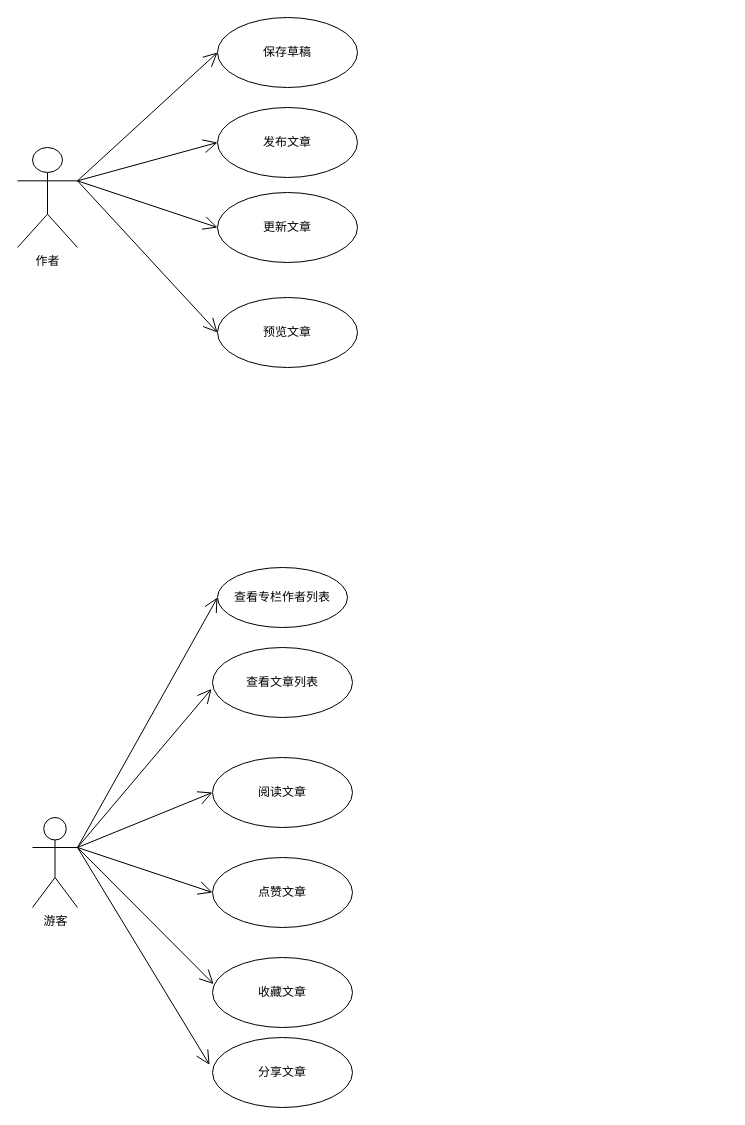
This is Untitled Diagram.drawio from JohnsonGreen/FormalMethod, a draw.io file, before an edit. Source tidied: cells renumbered, new cells numbered last; positions are measured from the earlier drawing's top-left corner, leaving out a move shared by most shapes. Both pictures are drawn from the tidied source at 100%, with x=0, y=0 at pixel (17, 17).
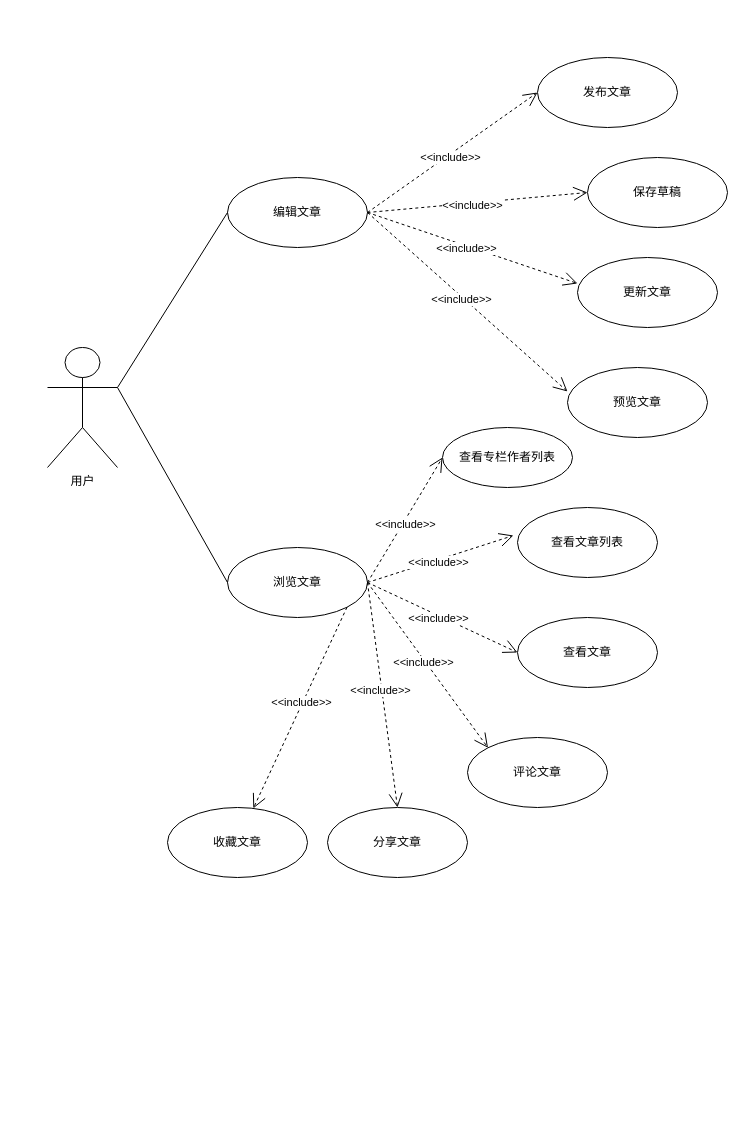
After the change.

Diff of the diagram source:
```diff
@@
-    <mxCell id="2" value="作者" style="shape=umlActor;verticalLabelPosition=bottom;verticalAlign=top;html=1;" parent="1" vertex="1">
-      <mxGeometry y="130" width="60" height="100" as="geometry" />
-    </mxCell>
-    <mxCell id="3" style="endArrow=open;endFill=1;endSize=12;html=1;entryX=0;entryY=0.5;entryDx=0;entryDy=0;exitX=1;exitY=0.3333333333333333;exitDx=0;exitDy=0;exitPerimeter=0;" parent="1" edge="1" source="2" target="4">
-      <mxGeometry relative="1" as="geometry" />
-    </mxCell>
     <mxCell id="4" value="发布文章" style="ellipse;whiteSpace=wrap;html=1;" parent="1" vertex="1">
-      <mxGeometry x="200" y="90" width="140" height="70" as="geometry" />
+      <mxGeometry x="520" y="40" width="140" height="70" as="geometry" />
     </mxCell>
     <mxCell id="5" value="更新文章" style="ellipse;whiteSpace=wrap;html=1;" parent="1" vertex="1">
-      <mxGeometry x="200" y="175" width="140" height="70" as="geometry" />
+      <mxGeometry x="560" y="240" width="140" height="70" as="geometry" />
     </mxCell>
-    <mxCell id="6" style="endArrow=open;endFill=1;endSize=12;html=1;entryX=0;entryY=0.5;entryDx=0;entryDy=0;exitX=1;exitY=0.3333333333333333;exitDx=0;exitDy=0;exitPerimeter=0;" parent="1" edge="1" source="2" target="5">
-      <mxGeometry relative="1" as="geometry" />
-    </mxCell>
     <mxCell id="7" value="保存草稿" style="ellipse;whiteSpace=wrap;html=1;" parent="1" vertex="1">
-      <mxGeometry x="200" width="140" height="70" as="geometry" />
+      <mxGeometry x="570" y="140" width="140" height="70" as="geometry" />
     </mxCell>
-    <mxCell id="8" style="endArrow=open;endFill=1;endSize=12;html=1;entryX=0;entryY=0.5;entryDx=0;entryDy=0;exitX=1;exitY=0.3333333333333333;exitDx=0;exitDy=0;exitPerimeter=0;" parent="1" edge="1" source="2" target="10">
-      <mxGeometry relative="1" as="geometry" />
-    </mxCell>
-    <mxCell id="9" style="endArrow=open;endFill=1;endSize=12;html=1;entryX=0;entryY=0.5;entryDx=0;entryDy=0;exitX=1;exitY=0.3333333333333333;exitDx=0;exitDy=0;exitPerimeter=0;" parent="1" edge="1" source="2" target="7">
+    <mxCell id="9" style="endArrow=open;endFill=1;endSize=12;html=1;entryX=0;entryY=0.5;entryDx=0;entryDy=0;dashed=1;exitX=1;exitY=0.5;exitDx=0;exitDy=0;" parent="1" edge="1" source="26" target="7">
       <mxGeometry relative="1" as="geometry" />
     </mxCell>
+    <mxCell id="24" value="&amp;lt;&amp;lt;include&amp;gt;&amp;gt;" style="edgeLabel;html=1;align=center;verticalAlign=middle;" parent="9" vertex="1">
+      <mxGeometry x="-0.05" y="-2" relative="1" as="geometry" />
+    </mxCell>
     <mxCell id="10" value="预览文章" style="ellipse;whiteSpace=wrap;html=1;" parent="1" vertex="1">
-      <mxGeometry x="200" y="280" width="140" height="70" as="geometry" />
+      <mxGeometry x="550" y="350" width="140" height="70" as="geometry" />
     </mxCell>
-    <mxCell id="11" value="游客" style="shape=umlActor;verticalLabelPosition=bottom;verticalAlign=top;html=1;" parent="1" vertex="1">
-      <mxGeometry x="15" y="800" width="45" height="90" as="geometry" />
-    </mxCell>
     <mxCell id="12" value="查看专栏作者列表" style="ellipse;whiteSpace=wrap;html=1;" parent="1" vertex="1">
-      <mxGeometry x="200" y="550" width="130" height="60" as="geometry" />
+      <mxGeometry x="425" y="410" width="130" height="60" as="geometry" />
     </mxCell>
     <mxCell id="13" value="查看文章列表" style="ellipse;whiteSpace=wrap;html=1;" parent="1" vertex="1">
-      <mxGeometry x="195" y="630" width="140" height="70" as="geometry" />
+      <mxGeometry x="500" y="490" width="140" height="70" as="geometry" />
     </mxCell>
-    <mxCell id="14" value="阅读文章" style="ellipse;whiteSpace=wrap;html=1;" parent="1" vertex="1">
-      <mxGeometry x="195" y="740" width="140" height="70" as="geometry" />
+    <mxCell id="14" value="查看文章" style="ellipse;whiteSpace=wrap;html=1;" parent="1" vertex="1">
+      <mxGeometry x="500" y="600" width="140" height="70" as="geometry" />
     </mxCell>
-    <mxCell id="15" value="点赞文章" style="ellipse;whiteSpace=wrap;html=1;" parent="1" vertex="1">
-      <mxGeometry x="195" y="840" width="140" height="70" as="geometry" />
+    <mxCell id="15" value="评论文章" style="ellipse;whiteSpace=wrap;html=1;" parent="1" vertex="1">
+      <mxGeometry x="450" y="720" width="140" height="70" as="geometry" />
     </mxCell>
     <mxCell id="16" value="收藏文章" style="ellipse;whiteSpace=wrap;html=1;" parent="1" vertex="1">
-      <mxGeometry x="195" y="940" width="140" height="70" as="geometry" />
+      <mxGeometry x="150" y="790" width="140" height="70" as="geometry" />
     </mxCell>
     <mxCell id="17" value="分享文章" style="ellipse;whiteSpace=wrap;html=1;" parent="1" vertex="1">
-      <mxGeometry x="195" y="1020" width="140" height="70" as="geometry" />
+      <mxGeometry x="310" y="790" width="140" height="70" as="geometry" />
     </mxCell>
-    <mxCell id="18" style="endArrow=open;endFill=1;endSize=12;html=1;exitX=1;exitY=0.3333333333333333;exitDx=0;exitDy=0;exitPerimeter=0;entryX=-0.007;entryY=0.592;entryDx=0;entryDy=0;entryPerimeter=0;" parent="1" edge="1" source="11" target="13">
-      <mxGeometry relative="1" as="geometry" />
-    </mxCell>
-    <mxCell id="19" style="endArrow=open;endFill=1;endSize=12;html=1;exitX=1;exitY=0.3333333333333333;exitDx=0;exitDy=0;exitPerimeter=0;entryX=0;entryY=0.5;entryDx=0;entryDy=0;" parent="1" edge="1" source="11" target="14">
-      <mxGeometry relative="1" as="geometry" />
-    </mxCell>
-    <mxCell id="20" style="endArrow=open;endFill=1;endSize=12;html=1;entryX=0;entryY=0.5;entryDx=0;entryDy=0;" parent="1" edge="1" target="15">
-      <mxGeometry relative="1" as="geometry">
-        <mxPoint x="60" y="830" as="sourcePoint" />
-      </mxGeometry>
-    </mxCell>
-    <mxCell id="21" style="endArrow=open;endFill=1;endSize=12;html=1;exitX=1;exitY=0.3333333333333333;exitDx=0;exitDy=0;exitPerimeter=0;entryX=0.008;entryY=0.38;entryDx=0;entryDy=0;entryPerimeter=0;" parent="1" edge="1" source="11" target="16">
-      <mxGeometry relative="1" as="geometry" />
-    </mxCell>
-    <mxCell id="22" style="endArrow=open;endFill=1;endSize=12;html=1;exitX=1;exitY=0.3333333333333333;exitDx=0;exitDy=0;exitPerimeter=0;entryX=-0.021;entryY=0.39;entryDx=0;entryDy=0;entryPerimeter=0;" parent="1" edge="1" source="11" target="17">
-      <mxGeometry relative="1" as="geometry" />
-    </mxCell>
-    <mxCell id="23" style="endArrow=open;endFill=1;endSize=12;html=1;exitX=1;exitY=0.3333333333333333;exitDx=0;exitDy=0;exitPerimeter=0;entryX=0;entryY=0.5;entryDx=0;entryDy=0;" parent="1" edge="1" source="11" target="12">
-      <mxGeometry relative="1" as="geometry" />
-    </mxCell>
+    <mxCell id="25" value="用户" style="shape=umlActor;verticalLabelPosition=bottom;verticalAlign=top;html=1;" parent="1" vertex="1">
+      <mxGeometry x="30" y="330" width="70" height="120" as="geometry" />
+    </mxCell>
+    <mxCell id="26" value="编辑文章" style="ellipse;whiteSpace=wrap;html=1;" parent="1" vertex="1">
+      <mxGeometry x="210" y="160" width="140" height="70" as="geometry" />
+    </mxCell>
+    <mxCell id="27" style="endArrow=none;endFill=0;endSize=12;html=1;entryX=0;entryY=0.5;entryDx=0;entryDy=0;exitX=1;exitY=0.3333333333333333;exitDx=0;exitDy=0;exitPerimeter=0;" parent="1" edge="1" source="25" target="26">
+      <mxGeometry relative="1" as="geometry" />
+    </mxCell>
+    <mxCell id="28" value="浏览文章" style="ellipse;whiteSpace=wrap;html=1;" parent="1" vertex="1">
+      <mxGeometry x="210" y="530" width="140" height="70" as="geometry" />
+    </mxCell>
+    <mxCell id="29" style="endArrow=none;endFill=0;endSize=12;html=1;entryX=0;entryY=0.5;entryDx=0;entryDy=0;exitX=1;exitY=0.3333333333333333;exitDx=0;exitDy=0;exitPerimeter=0;" parent="1" edge="1" source="25" target="28">
+      <mxGeometry relative="1" as="geometry" />
+    </mxCell>
+    <mxCell id="30" style="endArrow=open;endFill=1;endSize=12;html=1;entryX=0;entryY=0.5;entryDx=0;entryDy=0;dashed=1;exitX=1;exitY=0.5;exitDx=0;exitDy=0;" parent="1" edge="1" source="26" target="4">
+      <mxGeometry relative="1" as="geometry" />
+    </mxCell>
+    <mxCell id="31" value="&amp;lt;&amp;lt;include&amp;gt;&amp;gt;" style="edgeLabel;html=1;align=center;verticalAlign=middle;" parent="30" vertex="1">
+      <mxGeometry x="-0.05" y="-2" relative="1" as="geometry" />
+    </mxCell>
+    <mxCell id="32" style="endArrow=open;endFill=1;endSize=12;html=1;entryX=0;entryY=0.371;entryDx=0;entryDy=0;dashed=1;exitX=1;exitY=0.5;exitDx=0;exitDy=0;entryPerimeter=0;" parent="1" edge="1" source="26" target="5">
+      <mxGeometry relative="1" as="geometry" />
+    </mxCell>
+    <mxCell id="33" value="&amp;lt;&amp;lt;include&amp;gt;&amp;gt;" style="edgeLabel;html=1;align=center;verticalAlign=middle;" parent="32" vertex="1">
+      <mxGeometry x="-0.05" y="-2" relative="1" as="geometry" />
+    </mxCell>
+    <mxCell id="34" style="endArrow=open;endFill=1;endSize=12;html=1;entryX=0;entryY=0.343;entryDx=0;entryDy=0;dashed=1;exitX=1;exitY=0.5;exitDx=0;exitDy=0;entryPerimeter=0;" parent="1" edge="1" source="26" target="10">
+      <mxGeometry relative="1" as="geometry" />
+    </mxCell>
+    <mxCell id="35" value="&amp;lt;&amp;lt;include&amp;gt;&amp;gt;" style="edgeLabel;html=1;align=center;verticalAlign=middle;" parent="34" vertex="1">
+      <mxGeometry x="-0.05" y="-2" relative="1" as="geometry" />
+    </mxCell>
+    <mxCell id="36" style="endArrow=open;endFill=1;endSize=12;html=1;entryX=0;entryY=0.5;entryDx=0;entryDy=0;dashed=1;exitX=1;exitY=0.5;exitDx=0;exitDy=0;" parent="1" edge="1" source="28" target="12">
+      <mxGeometry relative="1" as="geometry" />
+    </mxCell>
+    <mxCell id="37" value="&amp;lt;&amp;lt;include&amp;gt;&amp;gt;" style="edgeLabel;html=1;align=center;verticalAlign=middle;" parent="36" vertex="1">
+      <mxGeometry x="-0.05" y="-2" relative="1" as="geometry" />
+    </mxCell>
+    <mxCell id="38" style="endArrow=open;endFill=1;endSize=12;html=1;entryX=0;entryY=0.5;entryDx=0;entryDy=0;dashed=1;exitX=1;exitY=0.5;exitDx=0;exitDy=0;" parent="1" edge="1" source="28" target="14">
+      <mxGeometry relative="1" as="geometry" />
+    </mxCell>
+    <mxCell id="39" value="&amp;lt;&amp;lt;include&amp;gt;&amp;gt;" style="edgeLabel;html=1;align=center;verticalAlign=middle;" parent="38" vertex="1">
+      <mxGeometry x="-0.05" y="-2" relative="1" as="geometry" />
+    </mxCell>
+    <mxCell id="40" style="endArrow=open;endFill=1;endSize=12;html=1;entryX=-0.029;entryY=0.4;entryDx=0;entryDy=0;dashed=1;exitX=1;exitY=0.5;exitDx=0;exitDy=0;entryPerimeter=0;" parent="1" edge="1" source="28" target="13">
+      <mxGeometry relative="1" as="geometry" />
+    </mxCell>
+    <mxCell id="41" value="&amp;lt;&amp;lt;include&amp;gt;&amp;gt;" style="edgeLabel;html=1;align=center;verticalAlign=middle;" parent="40" vertex="1">
+      <mxGeometry x="-0.05" y="-2" relative="1" as="geometry" />
+    </mxCell>
+    <mxCell id="42" style="endArrow=open;endFill=1;endSize=12;html=1;entryX=0;entryY=0;entryDx=0;entryDy=0;dashed=1;exitX=1;exitY=0.5;exitDx=0;exitDy=0;" parent="1" edge="1" source="28" target="15">
+      <mxGeometry relative="1" as="geometry" />
+    </mxCell>
+    <mxCell id="43" value="&amp;lt;&amp;lt;include&amp;gt;&amp;gt;" style="edgeLabel;html=1;align=center;verticalAlign=middle;" parent="42" vertex="1">
+      <mxGeometry x="-0.05" y="-2" relative="1" as="geometry" />
+    </mxCell>
+    <mxCell id="44" style="endArrow=open;endFill=1;endSize=12;html=1;entryX=0.5;entryY=0;entryDx=0;entryDy=0;dashed=1;exitX=1;exitY=0.5;exitDx=0;exitDy=0;" parent="1" edge="1" source="28" target="17">
+      <mxGeometry relative="1" as="geometry" />
+    </mxCell>
+    <mxCell id="45" value="&amp;lt;&amp;lt;include&amp;gt;&amp;gt;" style="edgeLabel;html=1;align=center;verticalAlign=middle;" parent="44" vertex="1">
+      <mxGeometry x="-0.05" y="-2" relative="1" as="geometry" />
+    </mxCell>
+    <mxCell id="46" style="endArrow=open;endFill=1;endSize=12;html=1;dashed=1;exitX=1;exitY=1;exitDx=0;exitDy=0;" parent="1" edge="1" source="28" target="16">
+      <mxGeometry relative="1" as="geometry" />
+    </mxCell>
+    <mxCell id="47" value="&amp;lt;&amp;lt;include&amp;gt;&amp;gt;" style="edgeLabel;html=1;align=center;verticalAlign=middle;" parent="46" vertex="1">
+      <mxGeometry x="-0.05" y="-2" relative="1" as="geometry" />
+    </mxCell>
```
